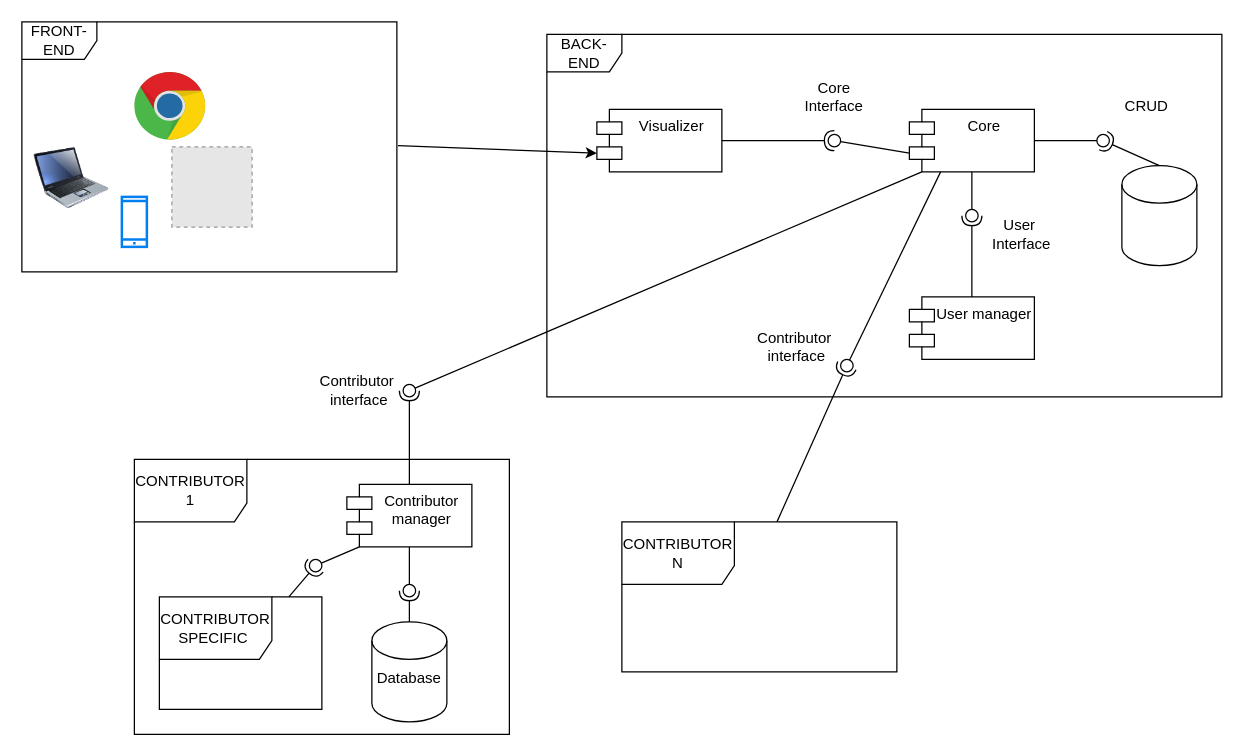
Above: Componenti-Contributor.drawio in giadaventurini-pixel/giadaventurini-5binf (draw.io), before the change. Source tidied: cells renumbered, new cells numbered last; positions are measured from the earlier drawing's top-left corner, leaving out a move shared by most shapes. Both pictures are drawn from the tidied source at 125%, with x=0, y=0 at pixel (21, 21). Pictures stored in the file or linked from it are replaced by grey dashed boxes.
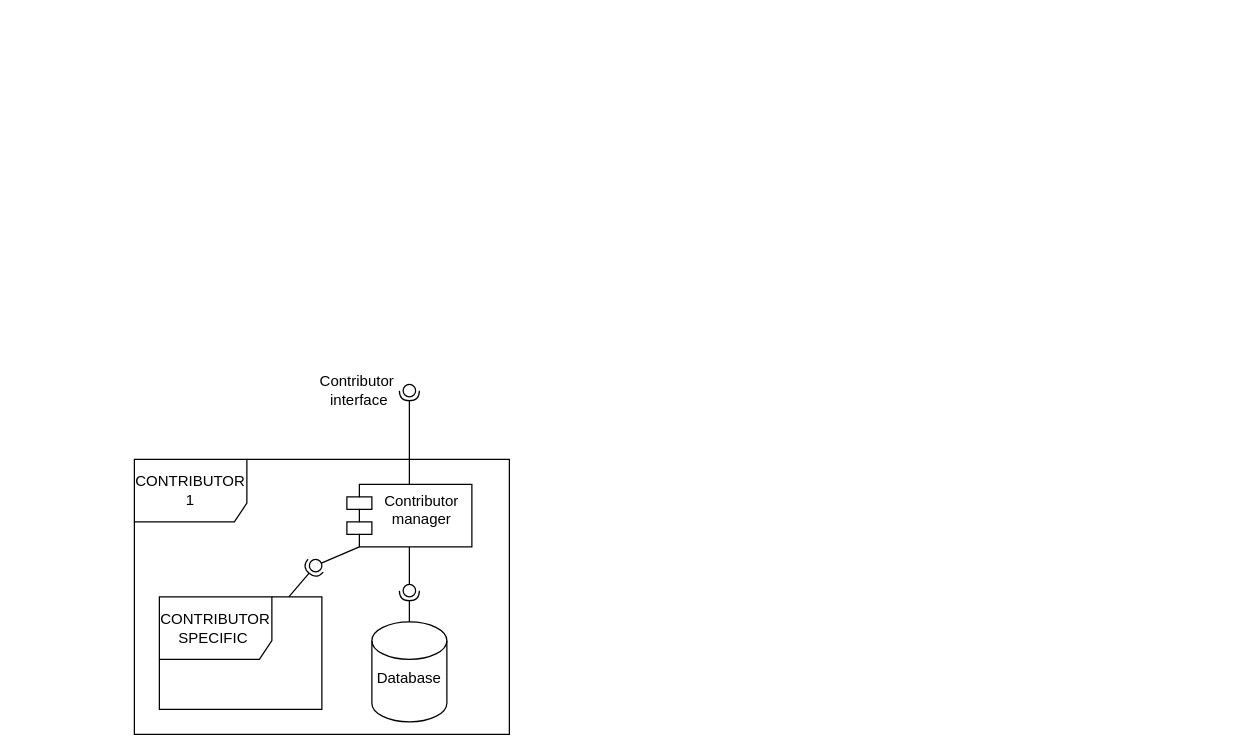
After the change.

The change refers to these unchanged cells:
```xml
<mxCell id="28" style="ellipse;whiteSpace=wrap;html=1;fontFamily=Helvetica;fontSize=12;fontColor=#000000;align=center;strokeColor=#000000;fillColor=#ffffff;points=[];" parent="1" vertex="1">
  <mxGeometry x="305" y="290" width="10" height="10" as="geometry" />
</mxCell>
```

Diff of the diagram source:
```diff
@@
-    <mxCell id="2" value="FRONT-END" style="shape=umlFrame;whiteSpace=wrap;html=1;" parent="1" vertex="1">
-      <mxGeometry width="300" height="200" as="geometry" />
-    </mxCell>
-    <mxCell id="3" value="BACK-END" style="shape=umlFrame;whiteSpace=wrap;html=1;" parent="1" vertex="1">
-      <mxGeometry x="420" y="10" width="540" height="290" as="geometry" />
-    </mxCell>
@@
-    <mxCell id="5" value="CONTRIBUTOR N" style="shape=umlFrame;whiteSpace=wrap;html=1;width=90;height=50;" parent="1" vertex="1">
-      <mxGeometry x="480" y="400" width="220" height="120" as="geometry" />
-    </mxCell>
-    <mxCell id="6" style="image;html=1;image=img/lib/clip_art/computers/Laptop_128x128.png;" parent="1" vertex="1">
-      <mxGeometry x="10" y="90" width="60" height="70" as="geometry" />
-    </mxCell>
-    <mxCell id="7" style="dashed=0;html=1;align=center;labelPosition=center;verticalLabelPosition=bottom;verticalAlign=top;shape=mxgraph.weblogos.chrome;" parent="1" vertex="1">
-      <mxGeometry x="90" y="40" width="57.4" height="55.4" as="geometry" />
-    </mxCell>
-    <mxCell id="8" style="html=1;verticalLabelPosition=bottom;align=center;labelBackgroundColor=#ffffff;verticalAlign=top;strokeWidth=2;strokeColor=#0080F0;shadow=0;dashed=0;shape=mxgraph.ios7.icons.smartphone;" parent="1" vertex="1">
-      <mxGeometry x="80" y="140" width="20" height="40" as="geometry" />
-    </mxCell>
-    <mxCell id="9" style="fillColor=#E6E6E6;strokeColor=#999999;dashed=1;html=1;verticalAlign=top;verticalLabelPosition=bottom;labelBackgroundColor=#ffffff;" parent="1" vertex="1">
-      <mxGeometry x="120" y="100" width="64.2" height="64.2" as="geometry" />
-    </mxCell>
-    <mxCell id="10" value="Visualizer" style="shape=module;align=left;spacingLeft=20;align=center;verticalAlign=top;" parent="1" vertex="1">
-      <mxGeometry x="460" y="70" width="100" height="50" as="geometry" />
-    </mxCell>
-    <mxCell id="11" value="Core" style="shape=module;align=left;spacingLeft=20;align=center;verticalAlign=top;" parent="1" vertex="1">
-      <mxGeometry x="710" y="70" width="100" height="50" as="geometry" />
-    </mxCell>
@@
-    <mxCell id="15" value="User manager" style="shape=module;align=left;spacingLeft=20;align=center;verticalAlign=top;" parent="1" vertex="1">
-      <mxGeometry x="710" y="220" width="100" height="50" as="geometry" />
-    </mxCell>
-    <mxCell id="16" style="endArrow=classic;html=1;exitX=1.003;exitY=0.495;exitDx=0;exitDy=0;exitPerimeter=0;entryX=0;entryY=0;entryDx=0;entryDy=35;entryPerimeter=0;" parent="1" edge="1" source="2" target="10">
-      <mxGeometry relative="1" as="geometry" />
-    </mxCell>
-    <mxCell id="17" style="rounded=0;jettySize=auto;html=1;endArrow=none;endFill=0;exitX=0.5;exitY=1;exitDx=0;exitDy=0;" parent="1" edge="1" source="11" target="19">
-      <mxGeometry relative="1" as="geometry" />
-    </mxCell>
-    <mxCell id="18" style="rounded=0;jettySize=auto;html=1;endArrow=halfCircle;endFill=0;entryX=0.5;entryY=0.5;entryDx=0;entryDy=0;endSize=6;strokeWidth=1;exitX=0.5;exitY=0;exitDx=0;exitDy=0;" parent="1" edge="1" source="15" target="19">
-      <mxGeometry relative="1" as="geometry" />
-    </mxCell>
-    <mxCell id="19" style="ellipse;whiteSpace=wrap;html=1;fontFamily=Helvetica;fontSize=12;fontColor=#000000;align=center;strokeColor=#000000;fillColor=#ffffff;points=[];" parent="1" vertex="1">
-      <mxGeometry x="755" y="150" width="10" height="10" as="geometry" />
-    </mxCell>
-    <mxCell id="20" style="rounded=0;jettySize=auto;html=1;endArrow=none;endFill=0;exitX=0;exitY=0;exitDx=0;exitDy=35;exitPerimeter=0;" parent="1" edge="1" source="11" target="22">
-      <mxGeometry relative="1" as="geometry" />
-    </mxCell>
-    <mxCell id="21" style="rounded=0;jettySize=auto;html=1;endArrow=halfCircle;endFill=0;entryX=0.5;entryY=0.5;entryDx=0;entryDy=0;endSize=6;strokeWidth=1;exitX=1;exitY=0.5;exitDx=0;exitDy=0;" parent="1" edge="1" source="10" target="22">
-      <mxGeometry relative="1" as="geometry" />
-    </mxCell>
-    <mxCell id="22" style="ellipse;whiteSpace=wrap;html=1;fontFamily=Helvetica;fontSize=12;fontColor=#000000;align=center;strokeColor=#000000;fillColor=#ffffff;points=[];" parent="1" vertex="1">
-      <mxGeometry x="645" y="90" width="10" height="10" as="geometry" />
-    </mxCell>
@@
-    <mxCell id="26" style="rounded=0;jettySize=auto;html=1;endArrow=none;endFill=0;exitX=0;exitY=1;exitDx=10;exitDy=0;exitPerimeter=0;" parent="1" edge="1" source="11" target="28">
-      <mxGeometry relative="1" as="geometry" />
-    </mxCell>
@@
-    <mxCell id="29" style="rounded=0;jettySize=auto;html=1;endArrow=none;endFill=0;exitX=0.25;exitY=1;exitDx=0;exitDy=0;" parent="1" edge="1" source="11" target="31">
-      <mxGeometry relative="1" as="geometry" />
-    </mxCell>
-    <mxCell id="30" style="rounded=0;jettySize=auto;html=1;endArrow=halfCircle;endFill=0;entryX=0.5;entryY=0.5;entryDx=0;entryDy=0;endSize=6;strokeWidth=1;exitX=0.564;exitY=0;exitDx=0;exitDy=0;exitPerimeter=0;" parent="1" edge="1" source="5" target="31">
-      <mxGeometry relative="1" as="geometry" />
-    </mxCell>
-    <mxCell id="31" style="ellipse;whiteSpace=wrap;html=1;fontFamily=Helvetica;fontSize=12;fontColor=#000000;align=center;strokeColor=#000000;fillColor=#ffffff;points=[];" parent="1" vertex="1">
-      <mxGeometry x="655" y="270" width="10" height="10" as="geometry" />
-    </mxCell>
@@
-    <mxCell id="36" style="shape=cylinder3;whiteSpace=wrap;html=1;boundedLbl=1;backgroundOutline=1;size=15;" parent="1" vertex="1">
-      <mxGeometry x="880" y="115" width="60" height="80" as="geometry" />
-    </mxCell>
-    <mxCell id="37" style="rounded=0;jettySize=auto;html=1;endArrow=none;endFill=0;exitX=1;exitY=0.5;exitDx=0;exitDy=0;" parent="1" edge="1" source="11" target="39">
-      <mxGeometry relative="1" as="geometry" />
-    </mxCell>
-    <mxCell id="38" style="rounded=0;jettySize=auto;html=1;endArrow=halfCircle;endFill=0;entryX=0.5;entryY=0.5;entryDx=0;entryDy=0;endSize=6;strokeWidth=1;exitX=0.5;exitY=0;exitDx=0;exitDy=0;exitPerimeter=0;" parent="1" edge="1" source="36" target="39">
-      <mxGeometry relative="1" as="geometry" />
-    </mxCell>
-    <mxCell id="39" style="ellipse;whiteSpace=wrap;html=1;fontFamily=Helvetica;fontSize=12;fontColor=#000000;align=center;strokeColor=#000000;fillColor=#ffffff;points=[];" parent="1" vertex="1">
-      <mxGeometry x="860" y="90" width="10" height="10" as="geometry" />
-    </mxCell>
@@
-    <mxCell id="41" value="Contributor&amp;nbsp;&lt;br&gt;interface" style="text;html=1;strokeColor=none;fillColor=none;align=center;verticalAlign=middle;whiteSpace=wrap;rounded=0;" parent="1" vertex="1">
-      <mxGeometry x="600" y="250" width="40" height="20" as="geometry" />
-    </mxCell>
-    <mxCell id="42" value="CRUD" style="text;html=1;strokeColor=none;fillColor=none;align=center;verticalAlign=middle;whiteSpace=wrap;rounded=0;" parent="1" vertex="1">
-      <mxGeometry x="880" y="57.7" width="40" height="20" as="geometry" />
-    </mxCell>
-    <mxCell id="43" value="User&amp;nbsp;&lt;br&gt;Interface" style="text;html=1;strokeColor=none;fillColor=none;align=center;verticalAlign=middle;whiteSpace=wrap;rounded=0;" parent="1" vertex="1">
-      <mxGeometry x="780" y="160" width="40" height="20" as="geometry" />
-    </mxCell>
-    <mxCell id="44" value="Core&lt;br&gt;Interface" style="text;html=1;strokeColor=none;fillColor=none;align=center;verticalAlign=middle;whiteSpace=wrap;rounded=0;" parent="1" vertex="1">
-      <mxGeometry x="630" y="50" width="40" height="20" as="geometry" />
-    </mxCell>
```
